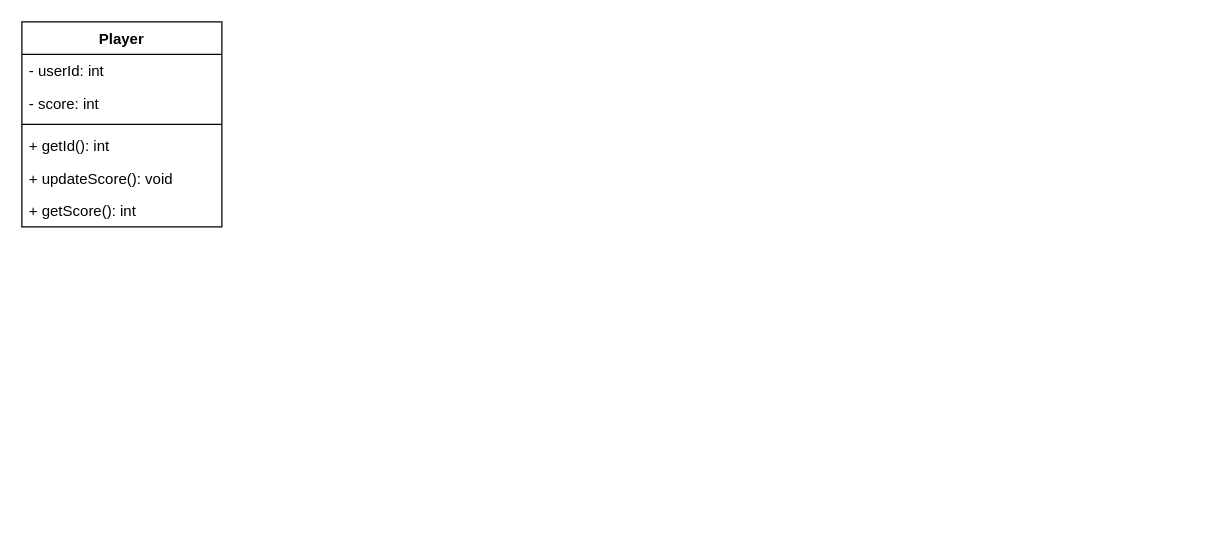
This is uml_diagram.drawio from no-dady/ing-sw-2023-shala-scandola-vigano-zenesini, a draw.io file, before an edit. Source tidied: cells renumbered, new cells numbered last; positions are measured from the earlier drawing's top-left corner, leaving out a move shared by most shapes. Both pictures are drawn from the tidied source at 125%, with x=0, y=0 at pixel (21, 21).
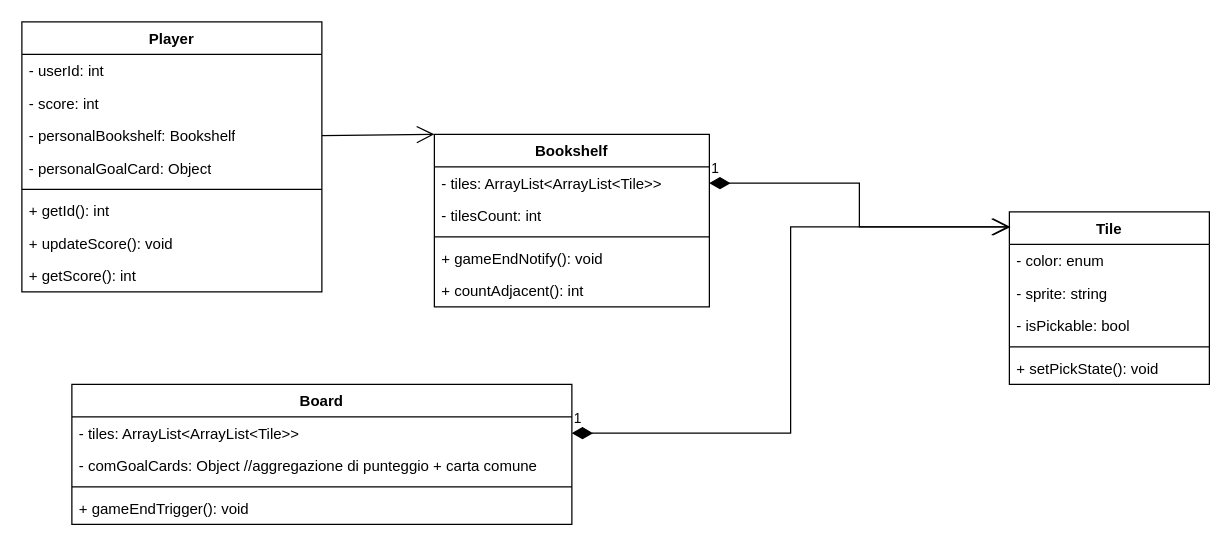
Above is the later version.

Commit message:
Schizzo delle entità ~ Daniel

The edit, as a diff of the source:
```diff
@@
     <mxCell id="2" value="Player" style="swimlane;fontStyle=1;align=center;verticalAlign=top;horizontal=1;startSize=26;" parent="1" vertex="1">
-      <mxGeometry width="160" height="164" as="geometry" />
+      <mxGeometry width="240" height="216" as="geometry" />
     </mxCell>
     <mxCell id="3" value="- userId: int" style="text;strokeColor=none;fillColor=none;align=left;verticalAlign=top;spacingLeft=4;spacingRight=4;overflow=hidden;" parent="2" vertex="1">
-      <mxGeometry y="26" width="160" height="26" as="geometry" />
+      <mxGeometry y="26" width="240" height="26" as="geometry" />
     </mxCell>
     <mxCell id="4" value="- score: int" style="text;strokeColor=none;fillColor=none;align=left;verticalAlign=top;spacingLeft=4;spacingRight=4;overflow=hidden;" parent="2" vertex="1">
-      <mxGeometry y="52" width="160" height="26" as="geometry" />
+      <mxGeometry y="52" width="240" height="26" as="geometry" />
     </mxCell>
+    <mxCell id="9" value="- personalBookshelf: Bookshelf" style="text;strokeColor=none;fillColor=none;align=left;verticalAlign=top;spacingLeft=4;spacingRight=4;overflow=hidden;points=[[0,0.5],[1,0.5]];portConstraint=eastwest;whiteSpace=wrap;html=1;" parent="2" vertex="1">
+      <mxGeometry y="78" width="240" height="26" as="geometry" />
+    </mxCell>
+    <mxCell id="10" value="- personalGoalCard: Object" style="text;strokeColor=none;fillColor=none;align=left;verticalAlign=top;spacingLeft=4;spacingRight=4;overflow=hidden;whiteSpace=wrap;html=1;" parent="2" vertex="1">
+      <mxGeometry y="104" width="240" height="26" as="geometry" />
+    </mxCell>
     <mxCell id="5" style="line;strokeWidth=1;fillColor=none;align=left;verticalAlign=middle;spacingTop=-1;spacingLeft=3;spacingRight=3;labelPosition=right;strokeColor=inherit;" parent="2" vertex="1">
-      <mxGeometry y="78" width="160" height="8" as="geometry" />
+      <mxGeometry y="130" width="240" height="8" as="geometry" />
     </mxCell>
     <mxCell id="6" value="+ getId(): int" style="text;strokeColor=none;fillColor=none;align=left;verticalAlign=top;spacingLeft=4;spacingRight=4;overflow=hidden;" parent="2" vertex="1">
-      <mxGeometry y="86" width="160" height="26" as="geometry" />
+      <mxGeometry y="138" width="240" height="26" as="geometry" />
     </mxCell>
     <mxCell id="7" value="+ updateScore(): void" style="text;strokeColor=none;fillColor=none;align=left;verticalAlign=top;spacingLeft=4;spacingRight=4;overflow=hidden;" parent="2" vertex="1">
-      <mxGeometry y="112" width="160" height="26" as="geometry" />
+      <mxGeometry y="164" width="240" height="26" as="geometry" />
     </mxCell>
     <mxCell id="8" value="+ getScore(): int" style="text;strokeColor=none;fillColor=none;align=left;verticalAlign=top;spacingLeft=4;spacingRight=4;overflow=hidden;" parent="2" vertex="1">
-      <mxGeometry y="138" width="160" height="26" as="geometry" />
+      <mxGeometry y="190" width="240" height="26" as="geometry" />
     </mxCell>
+    <mxCell id="11" value="Tile" style="swimlane;fontStyle=1;align=center;verticalAlign=top;horizontal=1;startSize=26;whiteSpace=wrap;html=1;" parent="1" vertex="1">
+      <mxGeometry x="790" y="152" width="160" height="138" as="geometry" />
+    </mxCell>
+    <mxCell id="12" value="&lt;div&gt;- color: enum&lt;/div&gt;" style="text;strokeColor=none;fillColor=none;align=left;verticalAlign=top;spacingLeft=4;spacingRight=4;overflow=hidden;whiteSpace=wrap;html=1;" parent="11" vertex="1">
+      <mxGeometry y="26" width="160" height="26" as="geometry" />
+    </mxCell>
+    <mxCell id="13" value="- sprite: string" style="text;strokeColor=none;fillColor=none;align=left;verticalAlign=top;spacingLeft=4;spacingRight=4;overflow=hidden;whiteSpace=wrap;html=1;" parent="11" vertex="1">
+      <mxGeometry y="52" width="160" height="26" as="geometry" />
+    </mxCell>
+    <mxCell id="14" value="- isPickable: bool" style="text;strokeColor=none;fillColor=none;align=left;verticalAlign=top;spacingLeft=4;spacingRight=4;overflow=hidden;whiteSpace=wrap;html=1;" parent="11" vertex="1">
+      <mxGeometry y="78" width="160" height="26" as="geometry" />
+    </mxCell>
+    <mxCell id="15" style="line;strokeWidth=1;fillColor=none;align=left;verticalAlign=middle;spacingTop=-1;spacingLeft=3;spacingRight=3;labelPosition=right;strokeColor=inherit;" parent="11" vertex="1">
+      <mxGeometry y="104" width="160" height="8" as="geometry" />
+    </mxCell>
+    <mxCell id="16" value="+ setPickState(): void" style="text;strokeColor=none;fillColor=none;align=left;verticalAlign=top;spacingLeft=4;spacingRight=4;overflow=hidden;whiteSpace=wrap;html=1;" parent="11" vertex="1">
+      <mxGeometry y="112" width="160" height="26" as="geometry" />
+    </mxCell>
+    <mxCell id="17" value="Bookshelf" style="swimlane;fontStyle=1;align=center;verticalAlign=top;horizontal=1;startSize=26;whiteSpace=wrap;html=1;" parent="1" vertex="1">
+      <mxGeometry x="330" y="90" width="220" height="138" as="geometry" />
+    </mxCell>
+    <mxCell id="18" value="&lt;div&gt;- tiles: ArrayList&amp;lt;ArrayList&amp;lt;Tile&amp;gt;&amp;gt;&lt;/div&gt;" style="text;strokeColor=none;fillColor=none;align=left;verticalAlign=top;spacingLeft=4;spacingRight=4;overflow=hidden;points=[[0,0.5],[1,0.5]];portConstraint=eastwest;whiteSpace=wrap;html=1;" parent="17" vertex="1">
+      <mxGeometry y="26" width="220" height="26" as="geometry" />
+    </mxCell>
+    <mxCell id="19" value="- tilesCount: int" style="text;strokeColor=none;fillColor=none;align=left;verticalAlign=top;spacingLeft=4;spacingRight=4;overflow=hidden;whiteSpace=wrap;html=1;" parent="17" vertex="1">
+      <mxGeometry y="52" width="220" height="26" as="geometry" />
+    </mxCell>
+    <mxCell id="20" style="line;strokeWidth=1;fillColor=none;align=left;verticalAlign=middle;spacingTop=-1;spacingLeft=3;spacingRight=3;labelPosition=right;strokeColor=inherit;" parent="17" vertex="1">
+      <mxGeometry y="78" width="220" height="8" as="geometry" />
+    </mxCell>
+    <mxCell id="21" value="+ gameEndNotify(): void" style="text;strokeColor=none;fillColor=none;align=left;verticalAlign=top;spacingLeft=4;spacingRight=4;overflow=hidden;whiteSpace=wrap;html=1;" parent="17" vertex="1">
+      <mxGeometry y="86" width="220" height="26" as="geometry" />
+    </mxCell>
+    <mxCell id="22" value="+ countAdjacent(): int" style="text;strokeColor=none;fillColor=none;align=left;verticalAlign=top;spacingLeft=4;spacingRight=4;overflow=hidden;whiteSpace=wrap;html=1;" parent="17" vertex="1">
+      <mxGeometry y="112" width="220" height="26" as="geometry" />
+    </mxCell>
+    <mxCell id="23" style="endArrow=open;endFill=1;endSize=12;html=1;rounded=0;exitX=1;exitY=0.5;exitDx=0;exitDy=0;entryX=0;entryY=0;entryDx=0;entryDy=0;" parent="1" edge="1" source="9" target="17">
+      <mxGeometry relative="1" as="geometry" />
+    </mxCell>
+    <mxCell id="24" value="1" style="endArrow=open;html=1;endSize=12;startArrow=diamondThin;startSize=14;startFill=1;edgeStyle=orthogonalEdgeStyle;align=left;verticalAlign=bottom;rounded=0;exitX=1;exitY=0.5;exitDx=0;exitDy=0;entryX=0;entryY=0.087;entryDx=0;entryDy=0;entryPerimeter=0;" parent="1" edge="1" source="18" target="11">
+      <mxGeometry x="-1" y="3" relative="1" as="geometry" />
+    </mxCell>
+    <mxCell id="25" value="Board" style="swimlane;fontStyle=1;align=center;verticalAlign=top;horizontal=1;startSize=26;whiteSpace=wrap;html=1;" parent="1" vertex="1">
+      <mxGeometry x="40" y="290" width="400" height="112" as="geometry" />
+    </mxCell>
+    <mxCell id="26" value="&lt;div&gt;- tiles: ArrayList&amp;lt;ArrayList&amp;lt;Tile&amp;gt;&amp;gt;&lt;/div&gt;" style="text;strokeColor=none;fillColor=none;align=left;verticalAlign=top;spacingLeft=4;spacingRight=4;overflow=hidden;points=[[0,0.5],[1,0.5]];portConstraint=eastwest;whiteSpace=wrap;html=1;" parent="25" vertex="1">
+      <mxGeometry y="26" width="400" height="26" as="geometry" />
+    </mxCell>
+    <mxCell id="27" value="- comGoalCards: Object //aggregazione di punteggio + carta comune" style="text;strokeColor=none;fillColor=none;align=left;verticalAlign=top;spacingLeft=4;spacingRight=4;overflow=hidden;whiteSpace=wrap;html=1;" parent="25" vertex="1">
+      <mxGeometry y="52" width="400" height="26" as="geometry" />
+    </mxCell>
+    <mxCell id="28" style="line;strokeWidth=1;fillColor=none;align=left;verticalAlign=middle;spacingTop=-1;spacingLeft=3;spacingRight=3;labelPosition=right;strokeColor=inherit;" parent="25" vertex="1">
+      <mxGeometry y="78" width="400" height="8" as="geometry" />
+    </mxCell>
+    <mxCell id="29" value="+ gameEndTrigger(): void" style="text;strokeColor=none;fillColor=none;align=left;verticalAlign=top;spacingLeft=4;spacingRight=4;overflow=hidden;whiteSpace=wrap;html=1;" parent="25" vertex="1">
+      <mxGeometry y="86" width="400" height="26" as="geometry" />
+    </mxCell>
+    <mxCell id="30" value="1" style="endArrow=open;html=1;endSize=12;startArrow=diamondThin;startSize=14;startFill=1;edgeStyle=orthogonalEdgeStyle;align=left;verticalAlign=bottom;rounded=0;entryX=0.006;entryY=0.087;entryDx=0;entryDy=0;entryPerimeter=0;exitX=1;exitY=0.5;exitDx=0;exitDy=0;" parent="1" edge="1" source="26" target="11">
+      <mxGeometry x="-1" y="3" relative="1" as="geometry" />
+    </mxCell>
```
